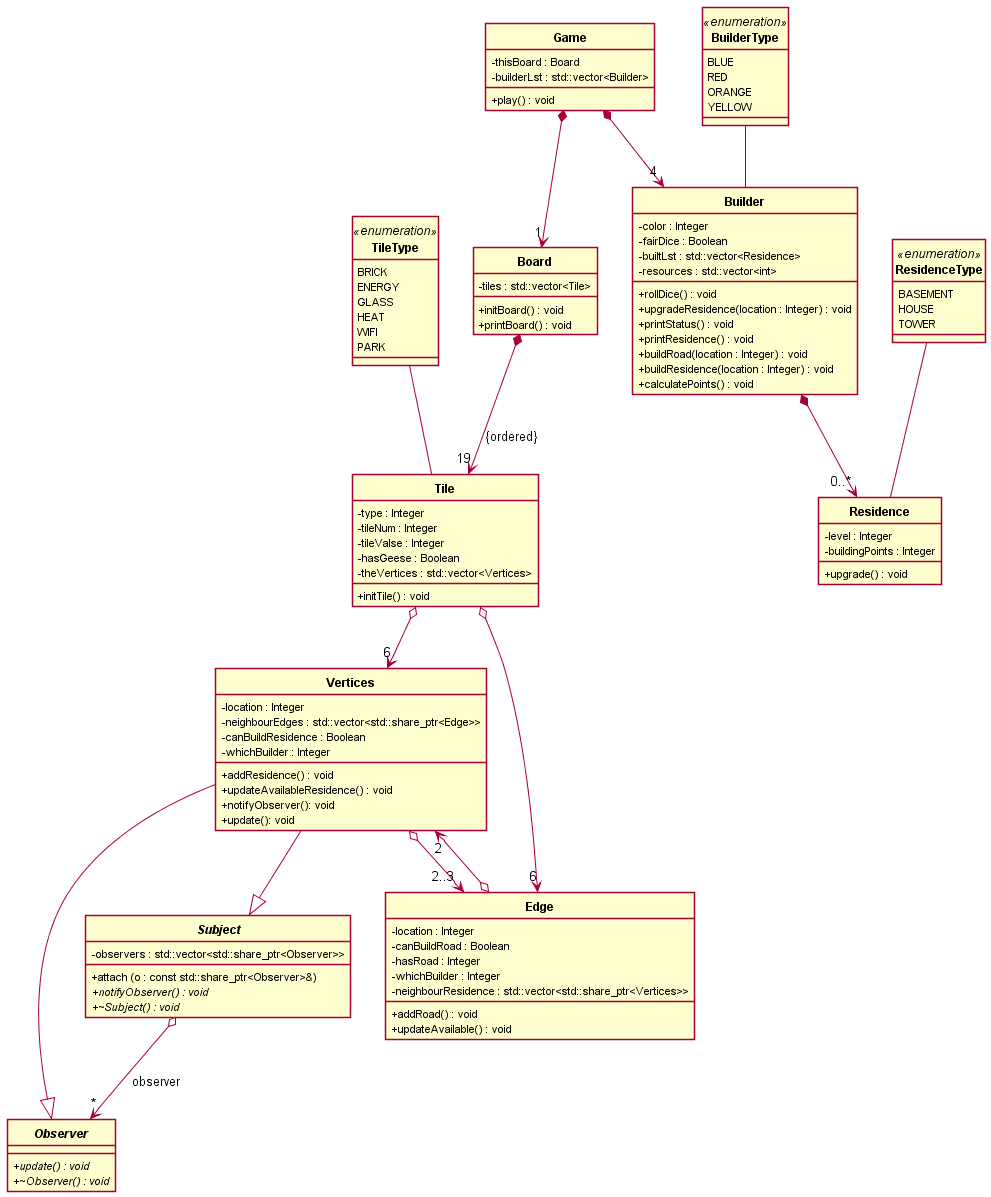
The PlantUML diagram final project documentation/ddl 1/CS246 Final Project UML ddl#1.png in Charles-Shang/constructor, before a commit. Its diagram source:
```plantuml
@startuml CS246 Final Project UML ddl#1
skinparam style strictuml
skinparam SequenceMessageAlignment center
skinparam classAttributeIconSize 0

class "**Board**"  {
    -tiles : std::vector<Tile>
    +initBoard() : void
    +printBoard() : void
}

enum "**TileType**" << enumeration >> {
    BRICK
    ENERGY
    GLASS
    HEAT
    WIFI
    PARK
}

class "**Tile**" {
    - type : Integer
    - tileNum : Integer
    - tileValse : Integer
    - hasGeese : Boolean
    - theVertices : std::vector<Vertices>
    + initTile() : void
}

abstract class "**Observer**" {
    + {abstract} update() : void
    + {abstract} ~Observer() : void
}

abstract class "**Subject**" {
    - observers : std::vector<std::share_ptr<Observer>>
    + attach (o : const std::share_ptr<Observer>&)
    + {abstract} notifyObserver() : void
    + {abstract} ~Subject() : void
}

class "**Vertices**" {
    - location : Integer
    - neighbourEdges : std::vector<std::share_ptr<Edge>>
    - canBuildResidence : Boolean
    - whichBuilder : Integer
    + addResidence() : void
    + updateAvailableResidence() : void
    + notifyObserver(): void
    + update(): void
}

class "**Edge**" {
    - location : Integer
    - canBuildRoad : Boolean
    - hasRoad : Integer
    - whichBuilder : Integer
    - neighbourResidence : std::vector<std::share_ptr<Vertices>>
    + addRoad() : void
    + updateAvailable() : void
}

enum "**BuilderType**" << enumeration >> {
    BLUE
    RED
    ORANGE
    YELLOW
}

class "**Builder**" {
    - color : Integer
    - fairDice : Boolean
    - builtLst : std::vector<Residence>
    - resources : std::vector<int>
    + rollDice() : void
    + upgradeResidence(location : Integer) : void
    + printStatus() : void
    + printResidence() : void
    + buildRoad(location : Integer) : void
    + buildResidence(location : Integer) : void
    + calculatePoints() : void
}

enum "**ResidenceType**" << enumeration >> {
    BASEMENT
    HOUSE
    TOWER
}

class "**Residence**" {
    - level : Integer
    - buildingPoints : Integer
    + upgrade() : void
}

class "**Game**" {
    - thisBoard : Board
    - builderLst : std::vector<Builder>
    + play() : void
}

"**Game**" *--> "1" "**Board**"
"**Subject**" o--> "*" "**Observer**" : "observer"
"**Vertices**" --|> "**Subject**"
"**Vertices**" --|> "**Observer**"
"**Vertices**" o--> "2..3" "**Edge**"
"**Edge**" o--> "2" "**Vertices**"
"**Game**" *--> "4" "**Builder**"
"**Board**" *--> "19" "**Tile**" : {ordered}
"**Tile**" o--> "6" "**Edge**"
"**Tile**" o--> "6" "**Vertices**"
"**Builder**" *--> "0..*" "**Residence**"
"**BuilderType**" -- "**Builder**"
"**TileType**" -- "**Tile**"
"**ResidenceType**" -- "**Residence**"

@enduml
```
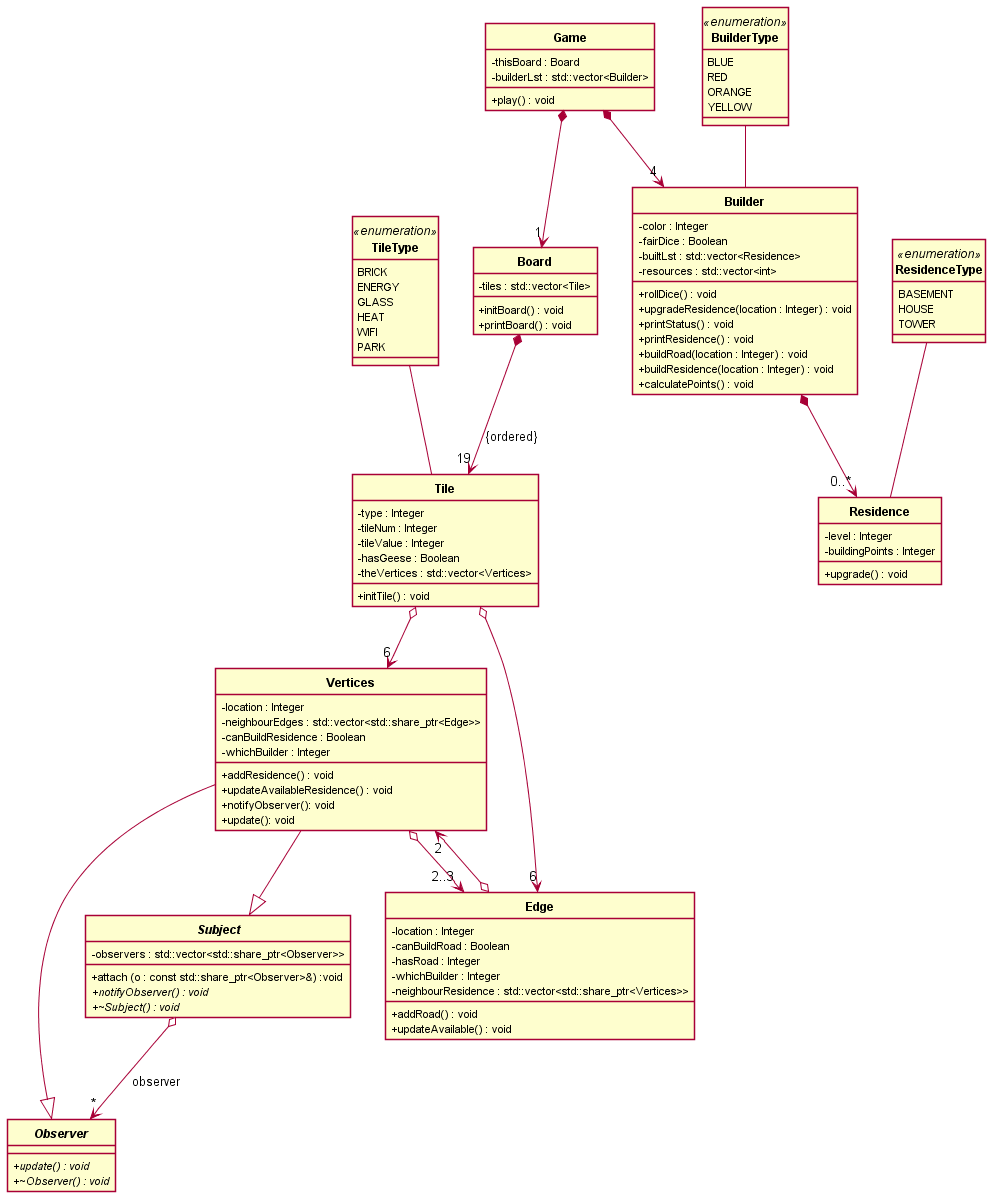
Later version of the same file.

The edit, as a diff of the source:
```diff
@@ -21,7 +21,7 @@
 class "**Tile**" {
     - type : Integer
     - tileNum : Integer
-    - tileValse : Integer
+    - tileValue : Integer
     - hasGeese : Boolean
     - theVertices : std::vector<Vertices>
     + initTile() : void
@@ -34,7 +34,7 @@
 
 abstract class "**Subject**" {
     - observers : std::vector<std::share_ptr<Observer>>
-    + attach (o : const std::share_ptr<Observer>&)
+    + attach (o : const std::share_ptr<Observer>&) :void
     + {abstract} notifyObserver() : void
     + {abstract} ~Subject() : void
 }
```
